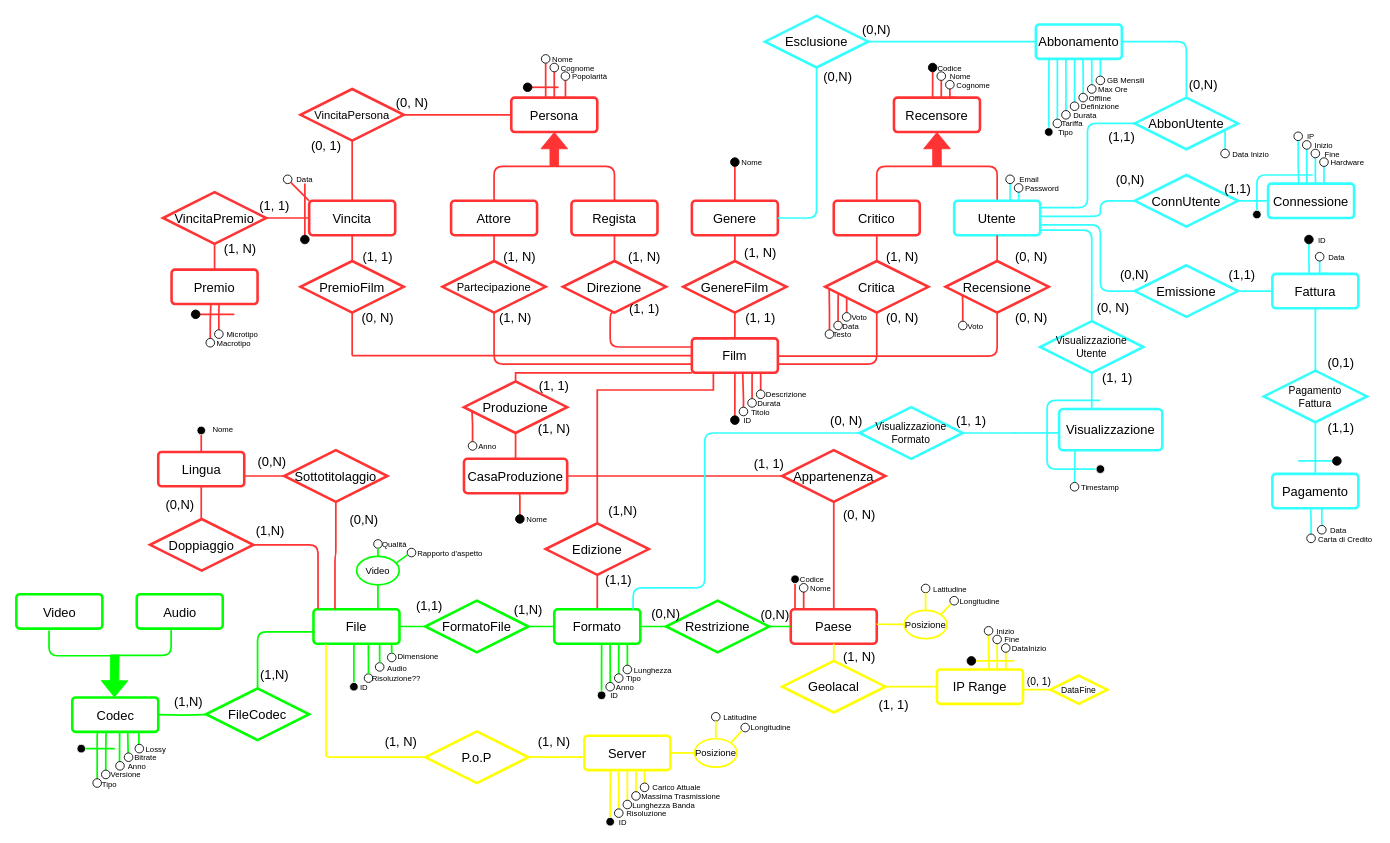
Richie314/FilmSphere keeps this draw.io diagram as page "ER - da ristrutturare" (1 of 3) of ER.drawio. Above is the earlier version. Source tidied: cells renumbered, new cells numbered last; positions are measured from the earlier drawing's top-left corner, leaving out a move shared by most shapes. Both pictures are drawn from the tidied source at 86%, with x=0, y=0 at pixel (15, 15).
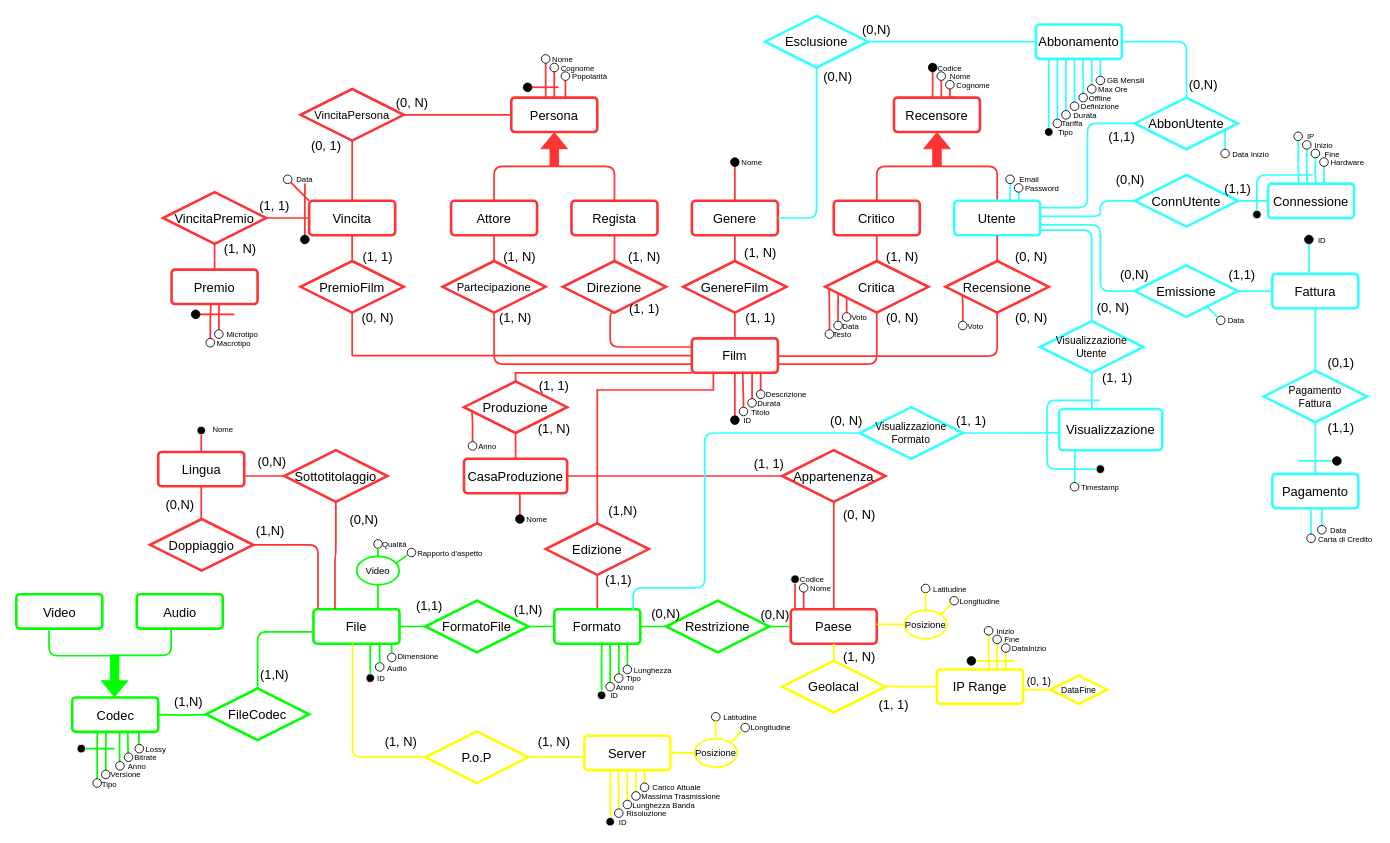
After the change.

Commit message (it also covers changes not shown here):
Chiusi vari Issue

The change refers to these unchanged cells:
```xml
<mxCell id="65" value="&lt;font style=&quot;font-size: 15px;&quot;&gt;File&lt;/font&gt;" style="rounded=1;arcSize=10;whiteSpace=wrap;html=1;align=center;strokeColor=#00FF00;strokeWidth=3;" parent="1" vertex="1">
  <mxGeometry x="346" y="690" width="100" height="40" as="geometry" />
</mxCell>
<mxCell id="101" value="&lt;font style=&quot;font-size: 15px;&quot;&gt;Fattura&lt;/font&gt;" style="rounded=1;arcSize=10;whiteSpace=wrap;html=1;align=center;strokeWidth=3;strokeColor=#33FFFF;" parent="1" vertex="1">
  <mxGeometry x="1461" y="300" width="100" height="40" as="geometry" />
</mxCell>
<mxCell id="105" value="&lt;font style=&quot;font-size: 15px;&quot;&gt;Emissione&lt;/font&gt;" style="shape=rhombus;perimeter=rhombusPerimeter;whiteSpace=wrap;html=1;align=center;strokeWidth=3;strokeColor=#33FFFF;" parent="1" vertex="1">
  <mxGeometry x="1301" y="290" width="120" height="60" as="geometry" />
</mxCell>
<mxCell id="334" value="&lt;font style=&quot;font-size: 15px;&quot;&gt;P.o.P&lt;/font&gt;" style="shape=rhombus;perimeter=rhombusPerimeter;whiteSpace=wrap;html=1;align=center;strokeWidth=3;strokeColor=#FFFF00;" parent="1" vertex="1">
  <mxGeometry x="476" y="832" width="120" height="60" as="geometry" />
</mxCell>
```

Change to the diagram source:
```diff
@@
-    <mxCell id="110" style="edgeStyle=orthogonalEdgeStyle;shape=connector;rounded=1;jettySize=auto;html=1;labelBackgroundColor=default;strokeColor=#FFFF00;strokeWidth=2;fontFamily=Helvetica;fontSize=11;fontColor=default;endArrow=none;endFill=0;exitX=0.146;exitY=1.013;exitDx=0;exitDy=0;exitPerimeter=0;entryX=-0.015;entryY=0.5;entryDx=0;entryDy=0;entryPerimeter=0;" parent="1" edge="1" source="65" target="334">
+    <mxCell id="110" style="edgeStyle=orthogonalEdgeStyle;shape=connector;rounded=1;jettySize=auto;html=1;labelBackgroundColor=default;strokeColor=#FFFF00;strokeWidth=2;fontFamily=Helvetica;fontSize=11;fontColor=default;endArrow=none;endFill=0;exitX=0.454;exitY=0.998;exitDx=0;exitDy=0;entryX=-0.015;entryY=0.5;entryDx=0;entryDy=0;entryPerimeter=0;exitPerimeter=0;" parent="1" edge="1" source="65" target="334">
       <mxGeometry relative="1" as="geometry">
         <Array as="points">
-          <mxPoint x="361" y="857" />
-          <mxPoint x="361" y="857" />
-          <mxPoint x="361" y="862" />
+          <mxPoint x="391" y="862" />
         </Array>
       </mxGeometry>
     </mxCell>
@@
-    <mxCell id="254" style="edgeStyle=orthogonalEdgeStyle;shape=connector;rounded=0;jettySize=auto;html=1;entryX=0.664;entryY=-0.01;entryDx=0;entryDy=0;entryPerimeter=0;labelBackgroundColor=default;strokeColor=#33FFFF;strokeWidth=2;fontFamily=Helvetica;fontSize=11;fontColor=default;endArrow=none;endFill=0;" parent="1" edge="1" source="255" target="101">
-      <mxGeometry relative="1" as="geometry">
-        <Array as="points">
-          <mxPoint x="1516" y="300" />
-          <mxPoint x="1527" y="300" />
-        </Array>
-      </mxGeometry>
-    </mxCell>
     <mxCell id="255" style="ellipse;whiteSpace=wrap;html=1;fillColor=#FFFFFF;" parent="1" vertex="1">
-      <mxGeometry x="1511" y="275" width="10" height="10" as="geometry" />
+      <mxGeometry x="1396" y="349" width="10" height="10" as="geometry" />
     </mxCell>
     <mxCell id="256" value="&lt;font style=&quot;font-size: 9px;&quot;&gt;Data&lt;br&gt;&lt;/font&gt;" style="text;html=1;strokeColor=none;fillColor=none;align=center;verticalAlign=middle;whiteSpace=wrap;rounded=0;" parent="1" vertex="1">
-      <mxGeometry x="1521" y="275" width="30" height="10" as="geometry" />
+      <mxGeometry x="1404" y="349" width="30" height="10" as="geometry" />
     </mxCell>
@@
-    <mxCell id="296" style="edgeStyle=orthogonalEdgeStyle;shape=connector;rounded=0;orthogonalLoop=1;jettySize=auto;html=1;entryX=0.25;entryY=1;entryDx=0;entryDy=0;labelBackgroundColor=default;strokeColor=#00FF00;strokeWidth=2;fontFamily=Helvetica;fontSize=11;fontColor=default;endArrow=none;endFill=0;" parent="1" edge="1">
+    <mxCell id="296" style="edgeStyle=orthogonalEdgeStyle;shape=connector;rounded=0;jettySize=auto;html=1;entryX=0.25;entryY=1;entryDx=0;entryDy=0;labelBackgroundColor=default;strokeColor=#00FF00;strokeWidth=2;fontFamily=Helvetica;fontSize=11;fontColor=default;endArrow=none;endFill=0;exitX=0.5;exitY=0;exitDx=0;exitDy=0;" parent="1" edge="1" source="395">
       <mxGeometry relative="1" as="geometry">
-        <mxPoint x="393" y="777" as="sourcePoint" />
-        <mxPoint x="393" y="730" as="targetPoint" />
+        <mxPoint x="412" y="730" as="targetPoint" />
       </mxGeometry>
     </mxCell>
-    <mxCell id="297" style="ellipse;whiteSpace=wrap;html=1;fillColor=#000000;strokeColor=#FFFFFF;" parent="1" vertex="1">
-      <mxGeometry x="388" y="775" width="10" height="10" as="geometry" />
-    </mxCell>
-    <mxCell id="298" style="ellipse;whiteSpace=wrap;html=1;strokeColor=#000000;fillColor=#FFFFFF;" parent="1" vertex="1">
-      <mxGeometry x="405" y="765" width="10" height="10" as="geometry" />
-    </mxCell>
@@
     <mxCell id="301" value="&lt;font style=&quot;font-size: 9px;&quot;&gt;ID&lt;br&gt;&lt;/font&gt;" style="text;html=1;strokeColor=none;fillColor=none;align=center;verticalAlign=middle;whiteSpace=wrap;rounded=0;" parent="1" vertex="1">
-      <mxGeometry x="395" y="775" width="20" height="10" as="geometry" />
+      <mxGeometry x="415" y="765" width="20" height="10" as="geometry" />
     </mxCell>
-    <mxCell id="302" value="&lt;font style=&quot;font-size: 9px;&quot;&gt;Risoluzione??&lt;br&gt;&lt;/font&gt;" style="text;html=1;strokeColor=none;fillColor=none;align=center;verticalAlign=middle;whiteSpace=wrap;rounded=0;" parent="1" vertex="1">
-      <mxGeometry x="415" y="765" width="55" height="10" as="geometry" />
-    </mxCell>
@@
-    <mxCell id="343" style="edgeStyle=orthogonalEdgeStyle;shape=connector;rounded=0;jettySize=auto;html=1;entryX=0.25;entryY=1;entryDx=0;entryDy=0;labelBackgroundColor=default;strokeColor=#00FF00;strokeWidth=2;fontFamily=Helvetica;fontSize=11;fontColor=default;endArrow=none;endFill=0;exitX=0.5;exitY=0;exitDx=0;exitDy=0;" parent="1" edge="1" source="298">
-      <mxGeometry relative="1" as="geometry">
-        <mxPoint x="409.9" y="730" as="targetPoint" />
-      </mxGeometry>
-    </mxCell>
@@
+    <mxCell id="395" style="ellipse;whiteSpace=wrap;html=1;fillColor=#000000;strokeColor=#FFFFFF;" parent="1" vertex="1">
+      <mxGeometry x="407" y="765" width="10" height="10" as="geometry" />
+    </mxCell>
+    <mxCell id="396" style="endArrow=none;html=1;rounded=0;entryX=0;entryY=0;entryDx=0;entryDy=0;exitX=0.701;exitY=0.796;exitDx=0;exitDy=0;exitPerimeter=0;strokeWidth=2;strokeColor=#33FFFF;" parent="1" edge="1" source="105" target="255">
+      <mxGeometry relative="1" as="geometry" />
+    </mxCell>
```
